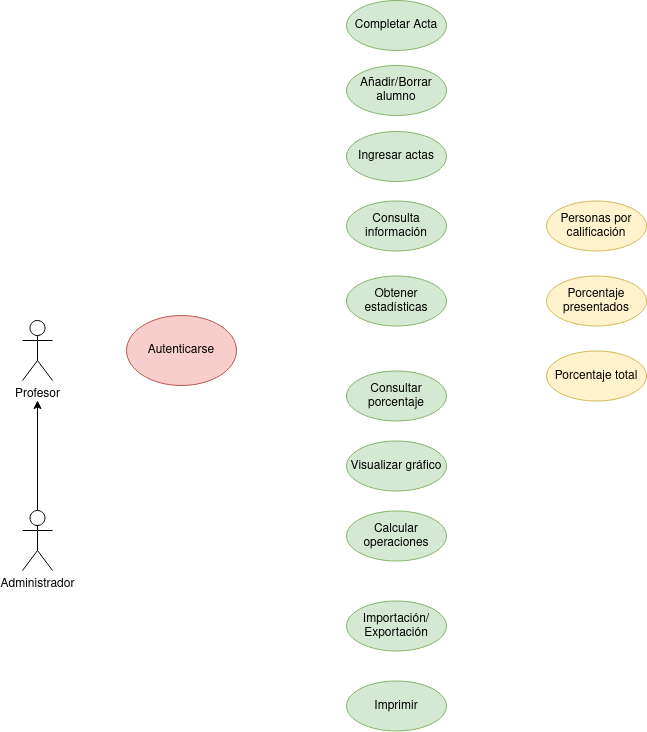
The draw.io diagram Tareas/casosUso/Tarea6-Gestión Profesores/img/GestionProfesores.drawio.png in colidom/ets, before a commit. Source tidied: cells renumbered, new cells last; positions are measured from the earlier drawing's top-left corner, leaving out a move shared by most shapes.
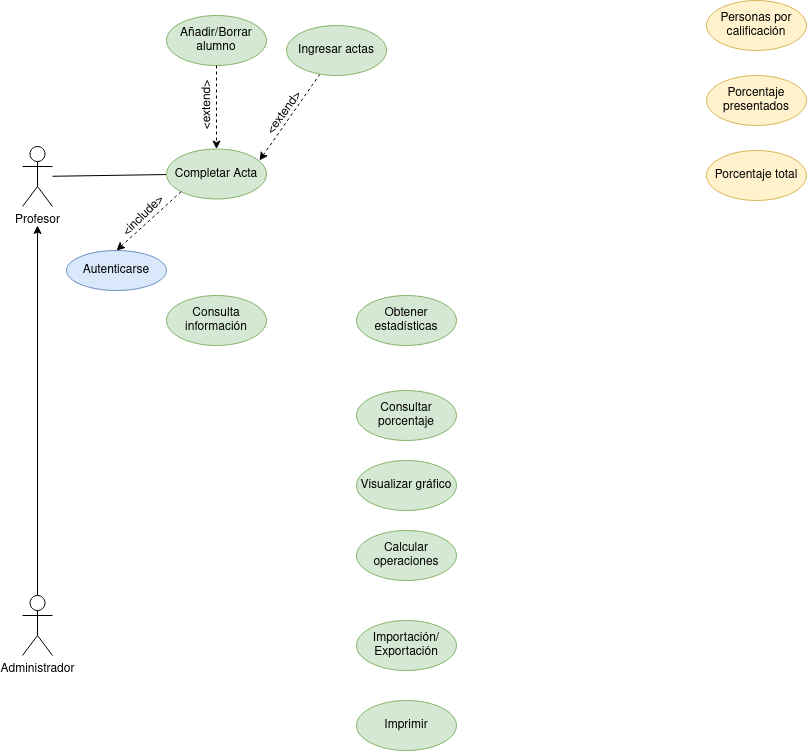
Later version of the same file.

What changed in the source:
```diff
@@ -2,8 +2,11 @@
   <root>
     <mxCell id="0" />
     <mxCell id="1" parent="0" />
+    <mxCell id="19" style="edgeStyle=none;rounded=0;jettySize=auto;html=1;startArrow=none;startFill=0;endArrow=none;endFill=0;" parent="1" edge="1" source="2" target="5">
+      <mxGeometry relative="1" as="geometry" />
+    </mxCell>
     <mxCell id="2" value="Profesor" style="shape=umlActor;verticalLabelPosition=bottom;verticalAlign=top;html=1;outlineConnect=0;" parent="1" vertex="1">
-      <mxGeometry y="320" width="30" height="60" as="geometry" />
+      <mxGeometry y="321" width="30" height="60" as="geometry" />
     </mxCell>
     <mxCell id="3" style="edgeStyle=orthogonalEdgeStyle;rounded=0;jettySize=auto;html=1;" parent="1" edge="1" source="4">
       <mxGeometry relative="1" as="geometry">
@@ -11,49 +14,67 @@
       </mxGeometry>
     </mxCell>
     <mxCell id="4" value="Administrador" style="shape=umlActor;verticalLabelPosition=bottom;verticalAlign=top;html=1;outlineConnect=0;" parent="1" vertex="1">
-      <mxGeometry y="510" width="30" height="60" as="geometry" />
+      <mxGeometry y="770" width="30" height="60" as="geometry" />
     </mxCell>
     <mxCell id="5" value="Completar Acta" style="ellipse;whiteSpace=wrap;html=1;fillColor=#d5e8d4;strokeColor=#82b366;" parent="1" vertex="1">
-      <mxGeometry x="324" width="100" height="50" as="geometry" />
+      <mxGeometry x="144" y="323.5" width="100" height="50" as="geometry" />
     </mxCell>
     <mxCell id="6" value="Añadir/Borrar alumno" style="ellipse;whiteSpace=wrap;html=1;fillColor=#d5e8d4;strokeColor=#82b366;" parent="1" vertex="1">
-      <mxGeometry x="324" y="65" width="100" height="50" as="geometry" />
+      <mxGeometry x="144" y="190" width="100" height="50" as="geometry" />
     </mxCell>
+    <mxCell id="20" style="edgeStyle=none;rounded=0;jettySize=auto;html=1;dashed=1;startArrow=none;startFill=0;endArrow=classic;endFill=1;entryX=0.93;entryY=0.23;entryDx=0;entryDy=0;entryPerimeter=0;" parent="1" edge="1" source="7" target="5">
+      <mxGeometry relative="1" as="geometry" />
+    </mxCell>
     <mxCell id="7" value="Ingresar actas" style="ellipse;whiteSpace=wrap;html=1;fillColor=#d5e8d4;strokeColor=#82b366;" parent="1" vertex="1">
-      <mxGeometry x="324" y="131" width="100" height="50" as="geometry" />
+      <mxGeometry x="264" y="200" width="100" height="50" as="geometry" />
     </mxCell>
-    <mxCell id="8" value="Autenticarse" style="ellipse;whiteSpace=wrap;html=1;fillColor=#f8cecc;strokeColor=#b85450;" parent="1" vertex="1">
-      <mxGeometry x="104" y="315" width="110" height="70" as="geometry" />
+    <mxCell id="8" value="Autenticarse" style="ellipse;whiteSpace=wrap;html=1;fillColor=#dae8fc;strokeColor=#6c8ebf;" parent="1" vertex="1">
+      <mxGeometry x="44" y="425" width="100" height="40" as="geometry" />
     </mxCell>
     <mxCell id="9" value="Consulta información" style="ellipse;whiteSpace=wrap;html=1;fillColor=#d5e8d4;strokeColor=#82b366;" parent="1" vertex="1">
-      <mxGeometry x="324" y="200.5" width="100" height="50" as="geometry" />
+      <mxGeometry x="144" y="470" width="100" height="50" as="geometry" />
     </mxCell>
     <mxCell id="10" value="Obtener estadísticas" style="ellipse;whiteSpace=wrap;html=1;fillColor=#d5e8d4;strokeColor=#82b366;" parent="1" vertex="1">
-      <mxGeometry x="324" y="275.5" width="100" height="50" as="geometry" />
+      <mxGeometry x="334" y="470" width="100" height="50" as="geometry" />
     </mxCell>
     <mxCell id="11" value="Personas por calificación" style="ellipse;whiteSpace=wrap;html=1;fillColor=#fff2cc;strokeColor=#d6b656;" parent="1" vertex="1">
-      <mxGeometry x="524" y="200.5" width="100" height="50" as="geometry" />
+      <mxGeometry x="684" y="175" width="100" height="50" as="geometry" />
     </mxCell>
     <mxCell id="12" value="Porcentaje presentados" style="ellipse;whiteSpace=wrap;html=1;fillColor=#fff2cc;strokeColor=#d6b656;" parent="1" vertex="1">
-      <mxGeometry x="524" y="275.5" width="100" height="50" as="geometry" />
+      <mxGeometry x="684" y="250" width="100" height="50" as="geometry" />
     </mxCell>
     <mxCell id="13" value="Porcentaje total" style="ellipse;whiteSpace=wrap;html=1;fillColor=#fff2cc;strokeColor=#d6b656;" parent="1" vertex="1">
-      <mxGeometry x="524" y="350.5" width="100" height="50" as="geometry" />
+      <mxGeometry x="684" y="325" width="100" height="50" as="geometry" />
     </mxCell>
     <mxCell id="14" value="Consultar porcentaje" style="ellipse;whiteSpace=wrap;html=1;fillColor=#d5e8d4;strokeColor=#82b366;" parent="1" vertex="1">
-      <mxGeometry x="324" y="370.5" width="100" height="50" as="geometry" />
+      <mxGeometry x="334" y="565" width="100" height="50" as="geometry" />
     </mxCell>
     <mxCell id="15" value="Visualizar gráfico" style="ellipse;whiteSpace=wrap;html=1;fillColor=#d5e8d4;strokeColor=#82b366;" parent="1" vertex="1">
-      <mxGeometry x="324" y="440.5" width="100" height="50" as="geometry" />
+      <mxGeometry x="334" y="635" width="100" height="50" as="geometry" />
     </mxCell>
     <mxCell id="16" value="Calcular operaciones" style="ellipse;whiteSpace=wrap;html=1;fillColor=#d5e8d4;strokeColor=#82b366;" parent="1" vertex="1">
-      <mxGeometry x="324" y="510.5" width="100" height="50" as="geometry" />
+      <mxGeometry x="334" y="705" width="100" height="50" as="geometry" />
     </mxCell>
     <mxCell id="17" value="&lt;div&gt;Importación/&lt;/div&gt;&lt;div&gt;Exportación&lt;/div&gt;" style="ellipse;whiteSpace=wrap;html=1;fillColor=#d5e8d4;strokeColor=#82b366;" parent="1" vertex="1">
-      <mxGeometry x="324" y="600.5" width="100" height="50" as="geometry" />
+      <mxGeometry x="334" y="795" width="100" height="50" as="geometry" />
     </mxCell>
     <mxCell id="18" value="Imprimir" style="ellipse;whiteSpace=wrap;html=1;fillColor=#d5e8d4;strokeColor=#82b366;" parent="1" vertex="1">
-      <mxGeometry x="324" y="680.5" width="100" height="50" as="geometry" />
+      <mxGeometry x="334" y="875" width="100" height="50" as="geometry" />
     </mxCell>
+    <mxCell id="21" style="endArrow=none;html=1;rounded=0;dashed=1;entryX=0;entryY=1;entryDx=0;entryDy=0;exitX=0.5;exitY=0;exitDx=0;exitDy=0;endFill=0;startArrow=classic;startFill=1;" parent="1" edge="1" source="8" target="5">
+      <mxGeometry relative="1" as="geometry" />
+    </mxCell>
+    <mxCell id="22" style="edgeStyle=none;rounded=0;jettySize=auto;html=1;dashed=1;startArrow=none;startFill=0;endArrow=classic;endFill=1;entryX=0.5;entryY=0;entryDx=0;entryDy=0;exitX=0.5;exitY=1;exitDx=0;exitDy=0;" parent="1" edge="1" source="6" target="5">
+      <mxGeometry relative="1" as="geometry" />
+    </mxCell>
+    <mxCell id="23" value="&amp;lt;extend&amp;gt;" style="text;html=1;align=center;verticalAlign=middle;strokeColor=none;fillColor=none;rotation=-54.1;" parent="1" vertex="1">
+      <mxGeometry x="227" y="273" width="70" height="30" as="geometry" />
+    </mxCell>
+    <mxCell id="24" value="&amp;lt;extend&amp;gt;" style="text;html=1;align=center;verticalAlign=middle;strokeColor=none;fillColor=none;rotation=-90.1;" parent="1" vertex="1">
+      <mxGeometry x="150" y="265" width="70" height="30" as="geometry" />
+    </mxCell>
+    <mxCell id="25" value="&amp;lt;include&amp;gt;" style="text;html=1;align=center;verticalAlign=middle;strokeColor=none;fillColor=none;rotation=-44.4;" parent="1" vertex="1">
+      <mxGeometry x="81" y="376" width="80" height="30" as="geometry" />
+    </mxCell>
   </root>
 </mxGraphModel>
```
